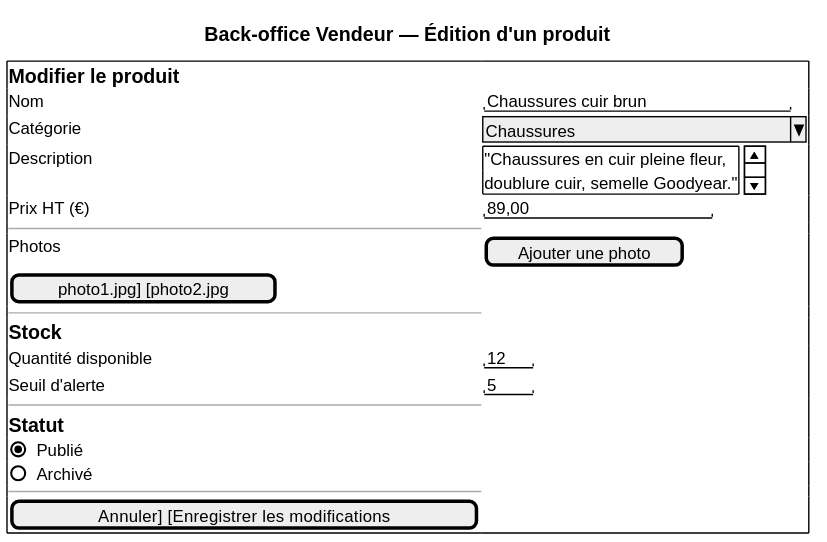
The PlantUML diagram architecture/04-physical-architecture/diagrams/ihm-bov-produit.svg in louistalvande/online_shop, before a commit.
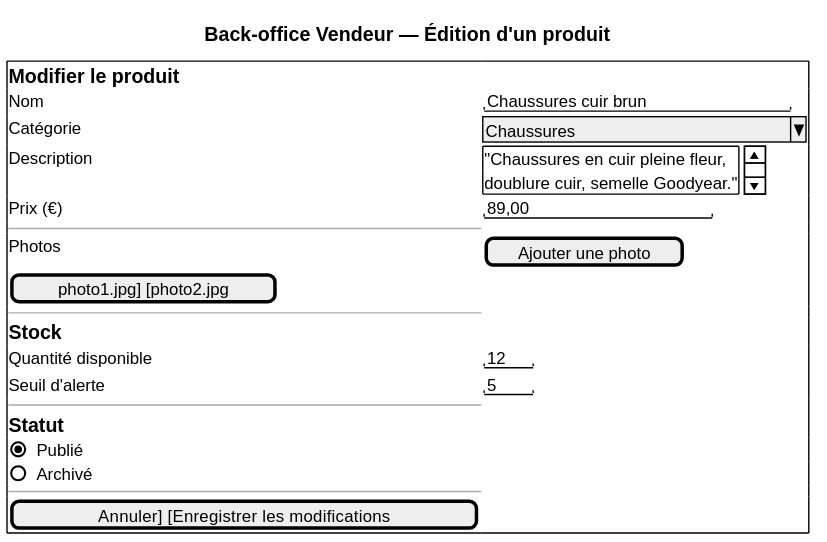
After the change.

The edit, as a diff of the source:
```diff
@@ -9,7 +9,7 @@
                      "Chaussures en cuir pleine fleur,
                       doublure cuir, semelle Goodyear."
                    }
-  Prix HT (€)    | "89,00               "
+  Prix (€)       | "89,00               "
   --
   Photos         | [Ajouter une photo]
                    [photo1.jpg] [photo2.jpg]
```
